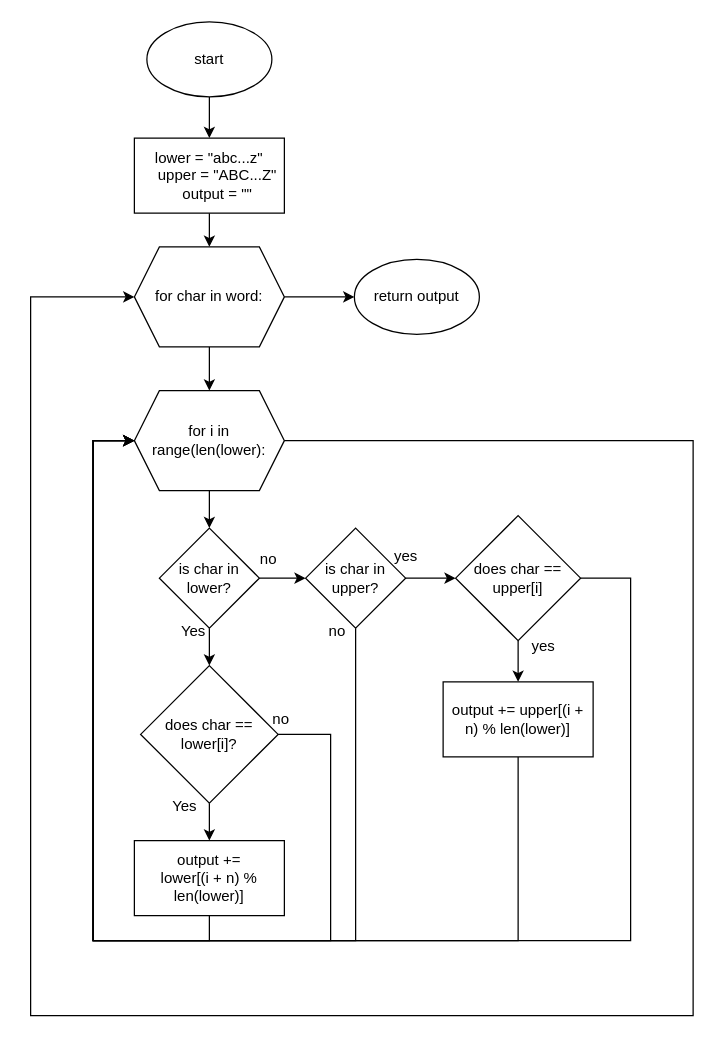
annatequilaa/Unit-1 keeps this draw.io diagram as Quizzes/Flowchart files/quiz009.drawio. Above is the earlier version. Source tidied: cells renumbered, new cells numbered last; positions are measured from the earlier drawing's top-left corner, leaving out a move shared by most shapes. Both pictures are drawn from the tidied source at 125%, with x=0, y=0 at pixel (30, 21).
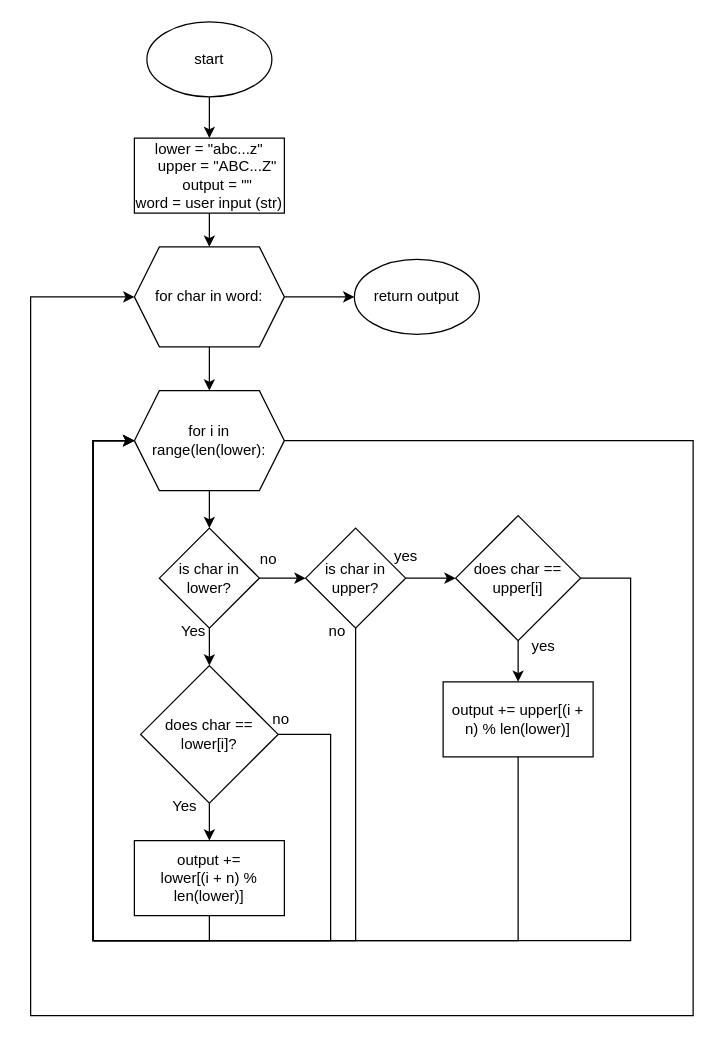
The same page after the edit.

The edit, as a diff of the source:
```diff
@@
-    <mxCell id="6" value="&lt;div&gt;lower = &quot;abc...z&quot;&lt;/div&gt;&lt;div&gt;&amp;nbsp; &amp;nbsp; upper = &quot;ABC...Z&quot;&lt;/div&gt;&lt;div&gt;&amp;nbsp; &amp;nbsp; output = &quot;&quot;&lt;/div&gt;" style="rounded=0;whiteSpace=wrap;html=1;" parent="1" vertex="1">
+    <mxCell id="6" value="&lt;div&gt;lower = &quot;abc...z&quot;&lt;/div&gt;&lt;div&gt;&amp;nbsp; &amp;nbsp; upper = &quot;ABC...Z&quot;&lt;/div&gt;&lt;div&gt;&amp;nbsp; &amp;nbsp; output = &quot;&quot;&lt;/div&gt;&lt;div&gt;word = user input (str)&lt;/div&gt;" style="rounded=0;whiteSpace=wrap;html=1;" parent="1" vertex="1">
       <mxGeometry x="83" y="93" width="120" height="60" as="geometry" />
     </mxCell>
```
